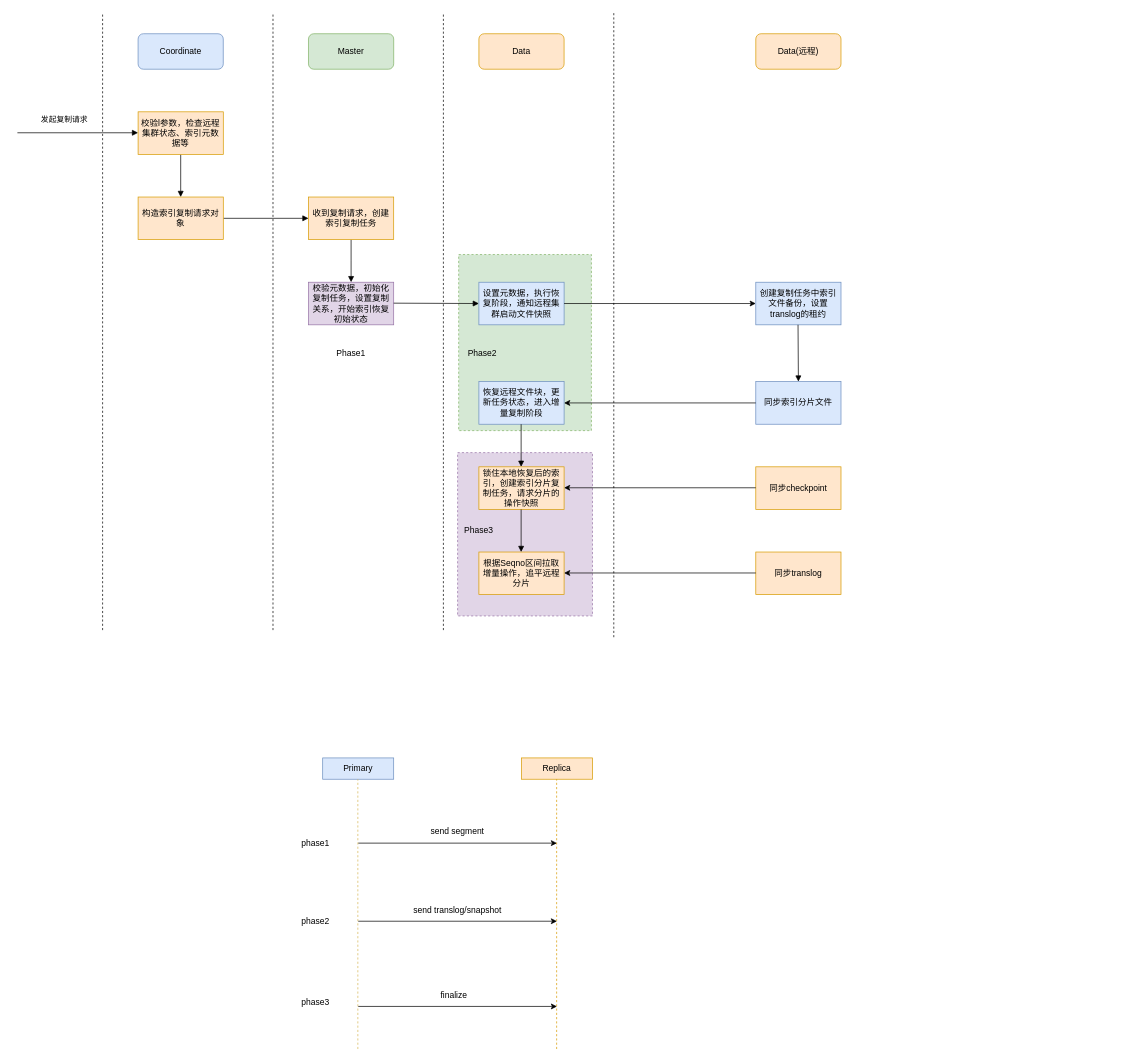
The draw.io diagram elasticsearch/replication/es_occr.drawio in kingskipper/design, before the edit. Source tidied: cells renumbered, new cells numbered last; positions are measured from the earlier drawing's top-left corner, leaving out a move shared by most shapes. Both pictures are drawn from the tidied source at 71%, with x=0, y=0 at pixel (17, 12).
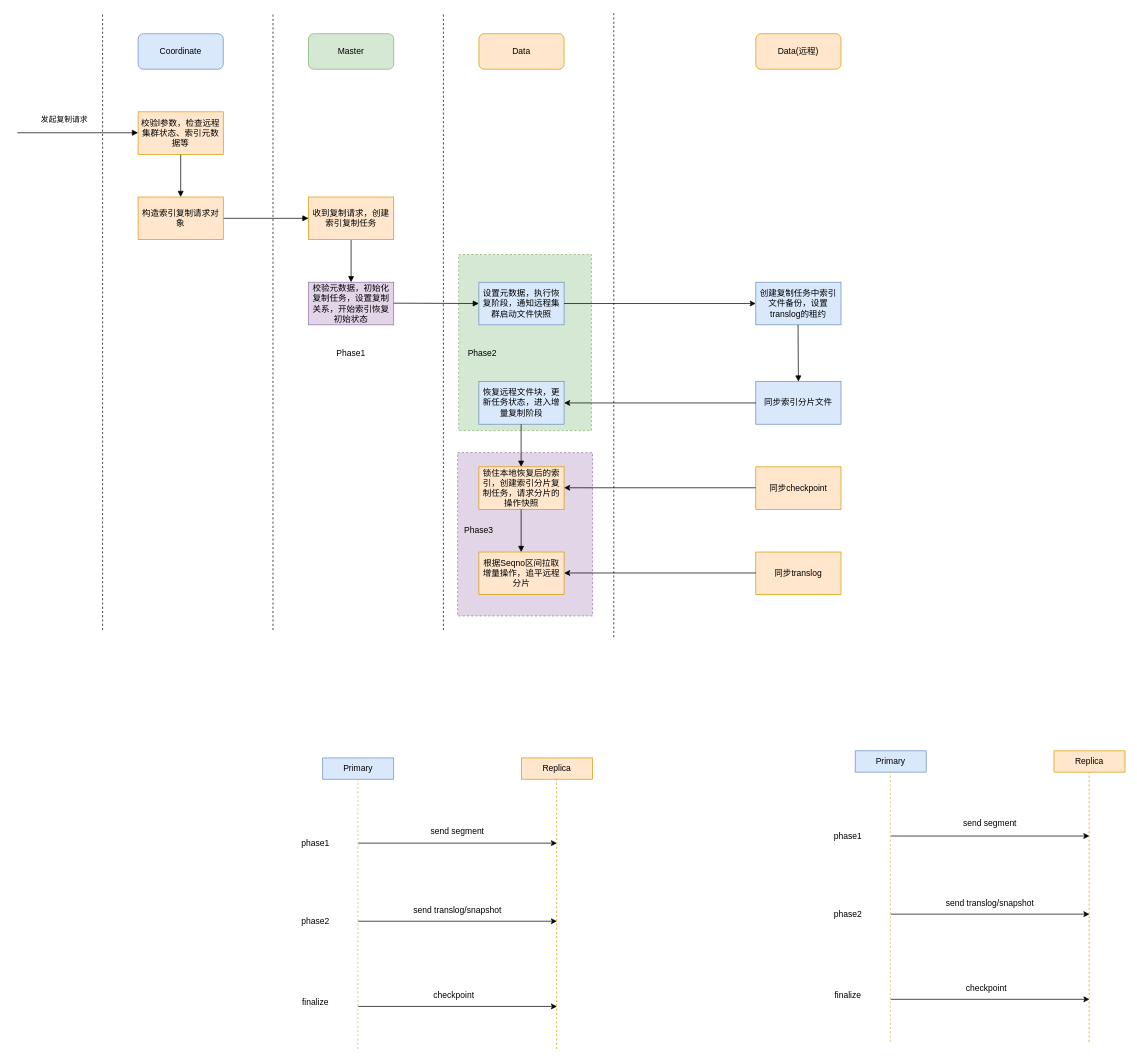
Above is the later version.

Diff of the diagram source:
```diff
@@
-    <mxCell id="44" value="phase3" style="text;html=1;strokeColor=none;fillColor=none;align=center;verticalAlign=middle;whiteSpace=wrap;rounded=0;" parent="1" vertex="1">
+    <mxCell id="44" value="finalize" style="text;html=1;strokeColor=none;fillColor=none;align=center;verticalAlign=middle;whiteSpace=wrap;rounded=0;" parent="1" vertex="1">
       <mxGeometry x="390" y="1380" width="60" height="30" as="geometry" />
     </mxCell>
@@
-    <mxCell id="52" value="finalize" style="text;html=1;strokeColor=none;fillColor=none;align=center;verticalAlign=middle;whiteSpace=wrap;rounded=0;" parent="1" vertex="1">
+    <mxCell id="52" value="checkpoint" style="text;html=1;strokeColor=none;fillColor=none;align=center;verticalAlign=middle;whiteSpace=wrap;rounded=0;" parent="1" vertex="1">
       <mxGeometry x="550" y="1370" width="130" height="30" as="geometry" />
     </mxCell>
+    <mxCell id="53" style="endArrow=classic;html=1;rounded=0;" parent="1" edge="1">
+      <mxGeometry relative="1" as="geometry">
+        <mxPoint x="1230" y="1270" as="sourcePoint" />
+        <mxPoint x="1510" y="1270" as="targetPoint" />
+      </mxGeometry>
+    </mxCell>
+    <mxCell id="54" style="endArrow=classic;html=1;rounded=0;" parent="1" edge="1">
+      <mxGeometry relative="1" as="geometry">
+        <mxPoint x="1230" y="1390" as="sourcePoint" />
+        <mxPoint x="1510" y="1390" as="targetPoint" />
+      </mxGeometry>
+    </mxCell>
+    <mxCell id="55" value="phase1" style="text;html=1;strokeColor=none;fillColor=none;align=center;verticalAlign=middle;whiteSpace=wrap;rounded=0;" parent="1" vertex="1">
+      <mxGeometry x="1140" y="1145" width="60" height="30" as="geometry" />
+    </mxCell>
+    <mxCell id="56" value="phase2" style="text;html=1;strokeColor=none;fillColor=none;align=center;verticalAlign=middle;whiteSpace=wrap;rounded=0;" parent="1" vertex="1">
+      <mxGeometry x="1140" y="1255" width="60" height="30" as="geometry" />
+    </mxCell>
+    <mxCell id="57" value="finalize" style="text;html=1;strokeColor=none;fillColor=none;align=center;verticalAlign=middle;whiteSpace=wrap;rounded=0;" parent="1" vertex="1">
+      <mxGeometry x="1140" y="1370" width="60" height="30" as="geometry" />
+    </mxCell>
+    <mxCell id="58" style="endArrow=classic;html=1;rounded=0;" parent="1" edge="1">
+      <mxGeometry relative="1" as="geometry">
+        <mxPoint x="1230" y="1160" as="sourcePoint" />
+        <mxPoint x="1510" y="1160" as="targetPoint" />
+      </mxGeometry>
+    </mxCell>
+    <mxCell id="59" value="Primary" style="rounded=0;whiteSpace=wrap;html=1;fillColor=#dae8fc;strokeColor=#6c8ebf;" parent="1" vertex="1">
+      <mxGeometry x="1180" y="1040" width="100" height="30" as="geometry" />
+    </mxCell>
+    <mxCell id="60" style="endArrow=none;html=1;rounded=0;dashed=1;fillColor=#fff2cc;strokeColor=#d6b656;" parent="1" edge="1">
+      <mxGeometry relative="1" as="geometry">
+        <mxPoint x="1229.5" y="1450" as="sourcePoint" />
+        <mxPoint x="1229.5" y="1070" as="targetPoint" />
+      </mxGeometry>
+    </mxCell>
+    <mxCell id="61" value="Replica" style="rounded=0;whiteSpace=wrap;html=1;fillColor=#ffe6cc;strokeColor=#d79b00;" parent="1" vertex="1">
+      <mxGeometry x="1460" y="1040" width="100" height="30" as="geometry" />
+    </mxCell>
+    <mxCell id="62" style="endArrow=none;html=1;rounded=0;dashed=1;fillColor=#ffe6cc;strokeColor=#d79b00;" parent="1" edge="1">
+      <mxGeometry relative="1" as="geometry">
+        <mxPoint x="1509.5" y="1450" as="sourcePoint" />
+        <mxPoint x="1509.5" y="1070" as="targetPoint" />
+      </mxGeometry>
+    </mxCell>
+    <mxCell id="63" value="send segment" style="text;html=1;strokeColor=none;fillColor=none;align=center;verticalAlign=middle;whiteSpace=wrap;rounded=0;" parent="1" vertex="1">
+      <mxGeometry x="1325" y="1130" width="90" height="25" as="geometry" />
+    </mxCell>
+    <mxCell id="64" value="send translog/snapshot" style="text;html=1;strokeColor=none;fillColor=none;align=center;verticalAlign=middle;whiteSpace=wrap;rounded=0;" parent="1" vertex="1">
+      <mxGeometry x="1305" y="1240" width="130" height="30" as="geometry" />
+    </mxCell>
+    <mxCell id="65" value="checkpoint" style="text;html=1;strokeColor=none;fillColor=none;align=center;verticalAlign=middle;whiteSpace=wrap;rounded=0;" parent="1" vertex="1">
+      <mxGeometry x="1300" y="1360" width="130" height="30" as="geometry" />
+    </mxCell>
```
